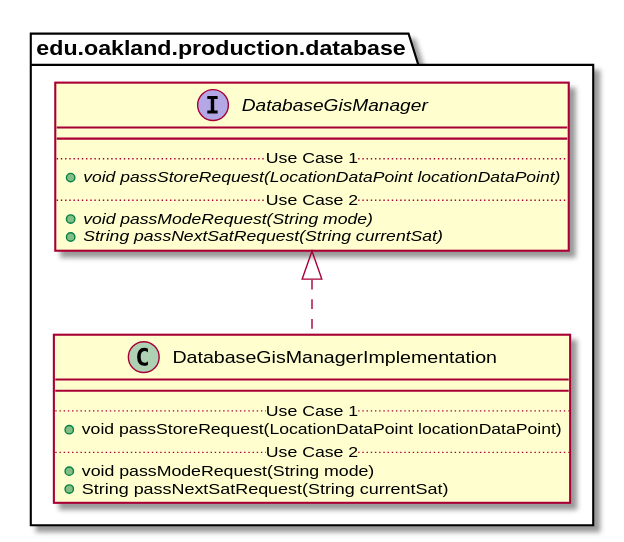
Above: docs/uml-class-diagrams/database/production/DatabaseGisManagerImplementation/DatabaseGisManagerImplementation_DirectDependencies.svg in elilley15/csi-3370-software-project (PlantUML), before the change. Source of this version:
```plantuml
@startuml DatabaseGisManagerImplementation_DirectDependencies


package edu.oakland.production.database {
    class DatabaseGisManagerImplementation {
        __
        .. Use Case 1 ..
        + void passStoreRequest(LocationDataPoint locationDataPoint)
        .. Use Case 2 ..
        + void passModeRequest(String mode)
        + String passNextSatRequest(String currentSat)
    }
}



package edu.oakland.production.database {
    interface DatabaseGisManager {
        __
        .. Use Case 1 ..
        {abstract} + void passStoreRequest(LocationDataPoint locationDataPoint)
        .. Use Case 2 ..
        {abstract} + void passModeRequest(String mode)
        {abstract} + String passNextSatRequest(String currentSat)
    }
}

DatabaseGisManagerImplementation .up.|> DatabaseGisManager





@enduml
```
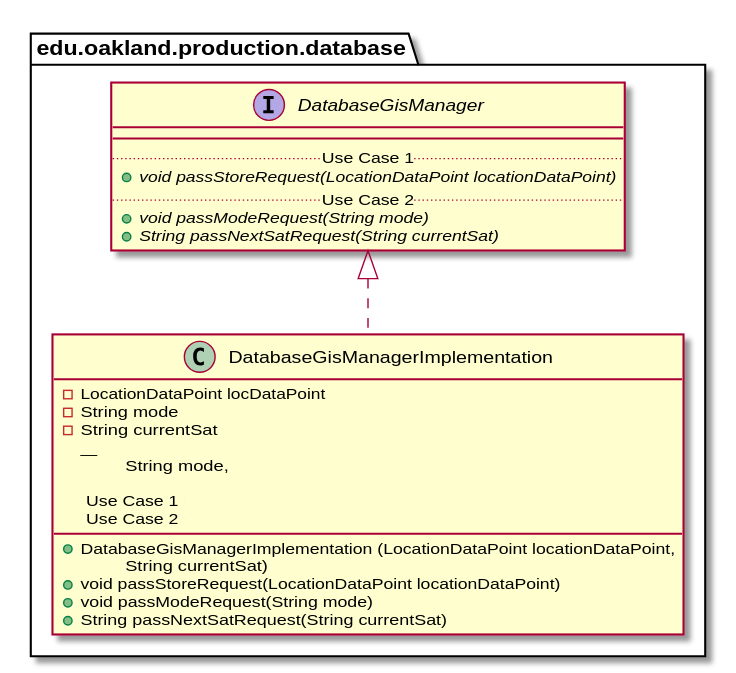
After the commit.

Diff of the diagram source:
```diff
@@ -3,7 +3,14 @@
 
 package edu.oakland.production.database {
     class DatabaseGisManagerImplementation {
-        __
+    	- LocationDataPoint locDataPoint
+    	- String mode
+    	- String currentSat
+          __
+        + DatabaseGisManagerImplementation (LocationDataPoint locationDataPoint,
+        \tString mode,
+        \tString currentSat)
+
         .. Use Case 1 ..
         + void passStoreRequest(LocationDataPoint locationDataPoint)
         .. Use Case 2 ..
```
